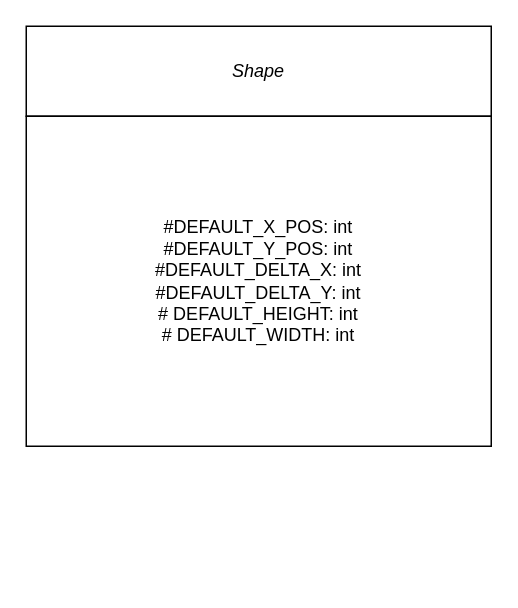
Earlier version of the draw.io diagram UML for Bounce Project.drawio (ben-porteous/CompSci718-Miscellaneous). Source tidied: cells renumbered, new cells numbered last; positions are measured from the earlier drawing's top-left corner, leaving out a move shared by most shapes. Both pictures are drawn from the tidied source at 150%, with x=0, y=0 at pixel (26, 26).
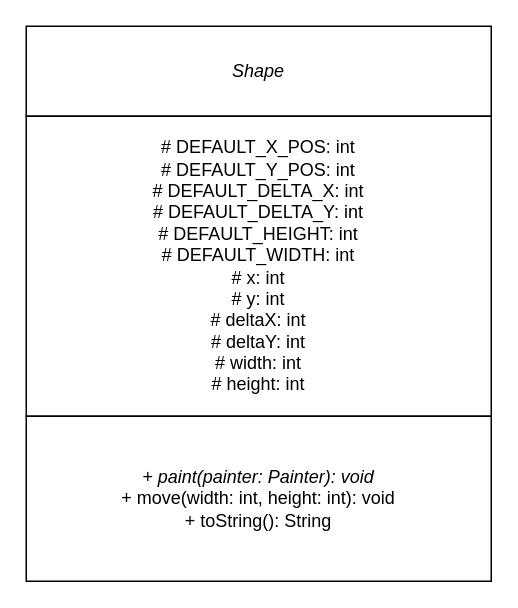
After the change.

Commit message:
Update UML for Bounce Project - Shape completed.drawio

Diff of the diagram source:
```diff
@@
 <mxGraphModel>
   <root>
     <mxCell id="0" />
     <mxCell id="1" parent="0" />
     <mxCell id="2" value="&lt;i&gt;Shape&lt;/i&gt;" style="rounded=0;whiteSpace=wrap;html=1;" parent="1" vertex="1">
       <mxGeometry width="310" height="60" as="geometry" />
     </mxCell>
-    <mxCell id="3" value="#DEFAULT_X_POS: int&lt;div&gt;#DEFAULT_Y_POS: int&lt;/div&gt;&lt;div&gt;#DEFAULT_DELTA_X: int&lt;div&gt;#DEFAULT_DELTA_Y: int&lt;/div&gt;&lt;/div&gt;&lt;div&gt;# DEFAULT_HEIGHT: int&lt;/div&gt;&lt;div&gt;# DEFAULT_WIDTH: int&lt;/div&gt;" style="rounded=0;whiteSpace=wrap;html=1;" parent="1" vertex="1">
-      <mxGeometry y="60" width="310" height="220" as="geometry" />
+    <mxCell id="3" value="# DEFAULT_X_POS: int&lt;div&gt;# DEFAULT_Y_POS: int&lt;/div&gt;&lt;div&gt;# DEFAULT_DELTA_X: int&lt;div&gt;# DEFAULT_DELTA_Y: int&lt;/div&gt;&lt;/div&gt;&lt;div&gt;# DEFAULT_HEIGHT: int&lt;/div&gt;&lt;div&gt;# DEFAULT_WIDTH: int&lt;/div&gt;&lt;div&gt;# x: int&lt;/div&gt;&lt;div&gt;# y: int&lt;/div&gt;&lt;div&gt;# deltaX: int&lt;/div&gt;&lt;div&gt;# deltaY: int&lt;/div&gt;&lt;div&gt;# width: int&lt;/div&gt;&lt;div&gt;# height: int&lt;/div&gt;" style="rounded=0;whiteSpace=wrap;html=1;" parent="1" vertex="1">
+      <mxGeometry y="60" width="310" height="200" as="geometry" />
     </mxCell>
+    <mxCell id="4" value="&lt;div&gt;&lt;i&gt;+ paint(painter: Painter): void&lt;/i&gt;&lt;/div&gt;+ move(width: int, height: int): void&lt;div&gt;+ toString(): String&lt;/div&gt;" style="rounded=0;whiteSpace=wrap;html=1;" parent="1" vertex="1">
+      <mxGeometry y="260" width="310" height="110" as="geometry" />
+    </mxCell>
   </root>
 </mxGraphModel>
```
